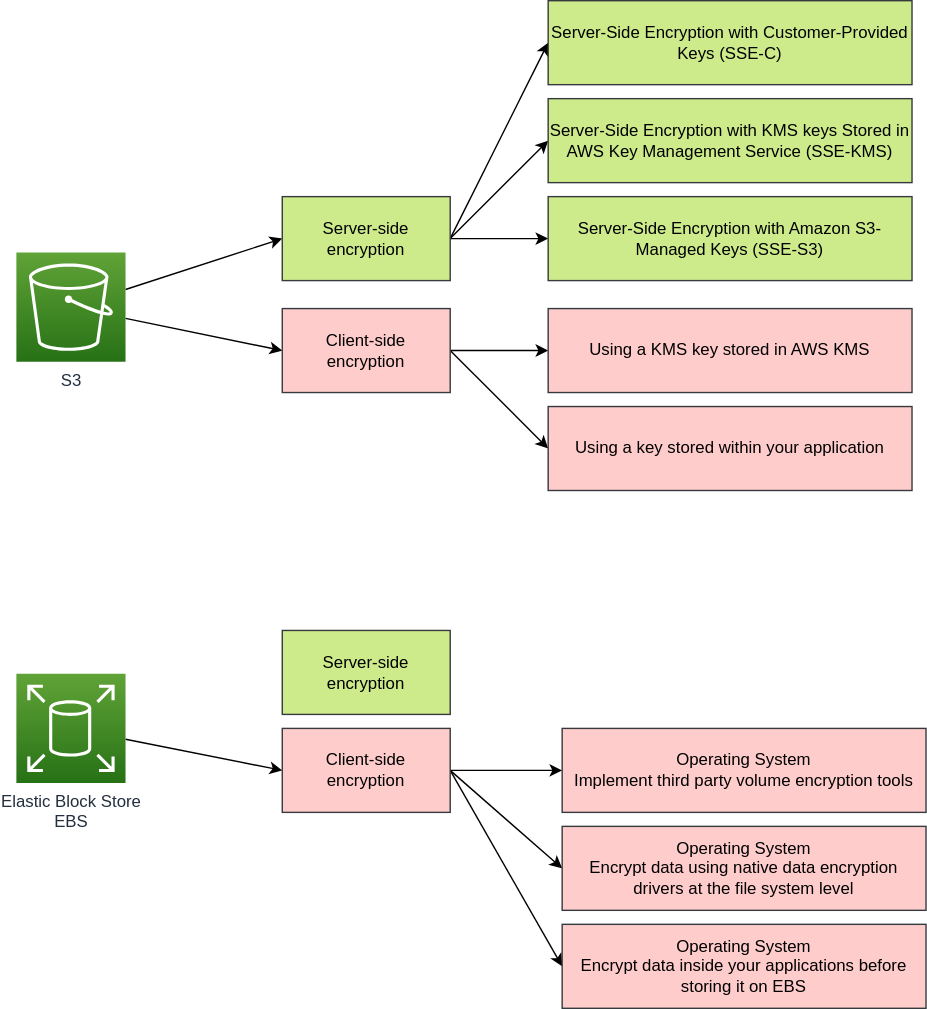
Earlier version of the draw.io export img/aws-data-security-s3.drawio.svg (ParisaMousavi/wordpress). Source tidied: cells renumbered, new cells last; positions are measured from the earlier drawing's top-left corner, leaving out a move shared by most shapes.
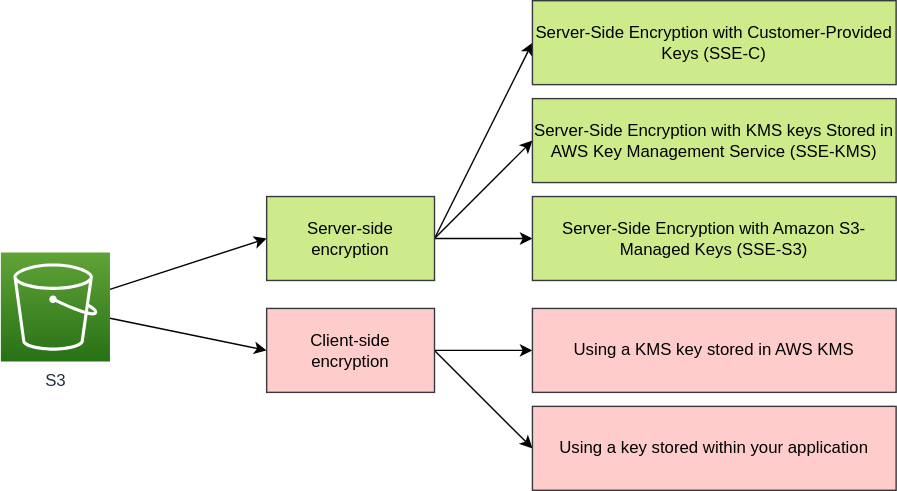
Later version of the same file.

The edit, as a diff of the source:
```diff
@@ -47,35 +47,5 @@
     <mxCell id="16" value="Using a key stored within your application" style="rounded=0;whiteSpace=wrap;html=1;fillColor=#ffcccc;strokeColor=#36393d;" parent="1" vertex="1">
       <mxGeometry x="380" y="290" width="260" height="60" as="geometry" />
     </mxCell>
-    <mxCell id="17" style="rounded=0;jettySize=auto;html=1;entryX=0;entryY=0.5;entryDx=0;entryDy=0;" parent="1" edge="1" source="18" target="23">
-      <mxGeometry relative="1" as="geometry" />
-    </mxCell>
-    <mxCell id="18" value="Elastic Block Store&lt;br&gt;EBS" style="sketch=0;points=[[0,0,0],[0.25,0,0],[0.5,0,0],[0.75,0,0],[1,0,0],[0,1,0],[0.25,1,0],[0.5,1,0],[0.75,1,0],[1,1,0],[0,0.25,0],[0,0.5,0],[0,0.75,0],[1,0.25,0],[1,0.5,0],[1,0.75,0]];outlineConnect=0;fontColor=#232F3E;gradientColor=#60A337;gradientDirection=north;fillColor=#277116;strokeColor=#ffffff;dashed=0;verticalLabelPosition=bottom;verticalAlign=top;align=center;html=1;fontSize=12;fontStyle=0;shape=mxgraph.aws4.resourceIcon;resIcon=mxgraph.aws4.elastic_block_store;" parent="1" vertex="1">
-      <mxGeometry y="481" width="78" height="78" as="geometry" />
-    </mxCell>
-    <mxCell id="19" value="&lt;div&gt;Operating System&lt;/div&gt;&lt;div&gt;Implement third party volume encryption tools&lt;/div&gt;" style="rounded=0;whiteSpace=wrap;html=1;fillColor=#ffcccc;strokeColor=#36393d;" parent="1" vertex="1">
-      <mxGeometry x="390" y="520" width="260" height="60" as="geometry" />
-    </mxCell>
-    <mxCell id="20" style="edgeStyle=none;rounded=0;jettySize=auto;html=1;entryX=0;entryY=0.5;entryDx=0;entryDy=0;" parent="1" edge="1" source="23" target="19">
-      <mxGeometry relative="1" as="geometry" />
-    </mxCell>
-    <mxCell id="21" style="edgeStyle=none;rounded=0;jettySize=auto;html=1;exitX=1;exitY=0.5;exitDx=0;exitDy=0;entryX=0;entryY=0.5;entryDx=0;entryDy=0;" parent="1" edge="1" source="23" target="25">
-      <mxGeometry relative="1" as="geometry" />
-    </mxCell>
-    <mxCell id="22" style="edgeStyle=none;rounded=0;jettySize=auto;html=1;exitX=1;exitY=0.5;exitDx=0;exitDy=0;entryX=0;entryY=0.5;entryDx=0;entryDy=0;" parent="1" edge="1" source="23" target="26">
-      <mxGeometry relative="1" as="geometry" />
-    </mxCell>
-    <mxCell id="23" value="Client-side &lt;br&gt;encryption" style="rounded=0;whiteSpace=wrap;html=1;fillColor=#ffcccc;strokeColor=#36393d;" parent="1" vertex="1">
-      <mxGeometry x="190" y="520" width="120" height="60" as="geometry" />
-    </mxCell>
-    <mxCell id="24" value="Server-side encryption" style="rounded=0;whiteSpace=wrap;html=1;fillColor=#cdeb8b;strokeColor=#36393d;" parent="1" vertex="1">
-      <mxGeometry x="190" y="450" width="120" height="60" as="geometry" />
-    </mxCell>
-    <mxCell id="25" value="&lt;div&gt;Operating System&lt;/div&gt;&lt;div&gt;Encrypt data using native data encryption drivers at the file system level&lt;/div&gt;" style="rounded=0;whiteSpace=wrap;html=1;fillColor=#ffcccc;strokeColor=#36393d;" parent="1" vertex="1">
-      <mxGeometry x="390" y="590" width="260" height="60" as="geometry" />
-    </mxCell>
-    <mxCell id="26" value="&lt;div&gt;Operating System&lt;/div&gt;&lt;div&gt;Encrypt data inside your applications before storing it on EBS&lt;/div&gt;" style="rounded=0;whiteSpace=wrap;html=1;fillColor=#ffcccc;strokeColor=#36393d;" parent="1" vertex="1">
-      <mxGeometry x="390" y="660" width="260" height="60" as="geometry" />
-    </mxCell>
   </root>
 </mxGraphModel>
```
